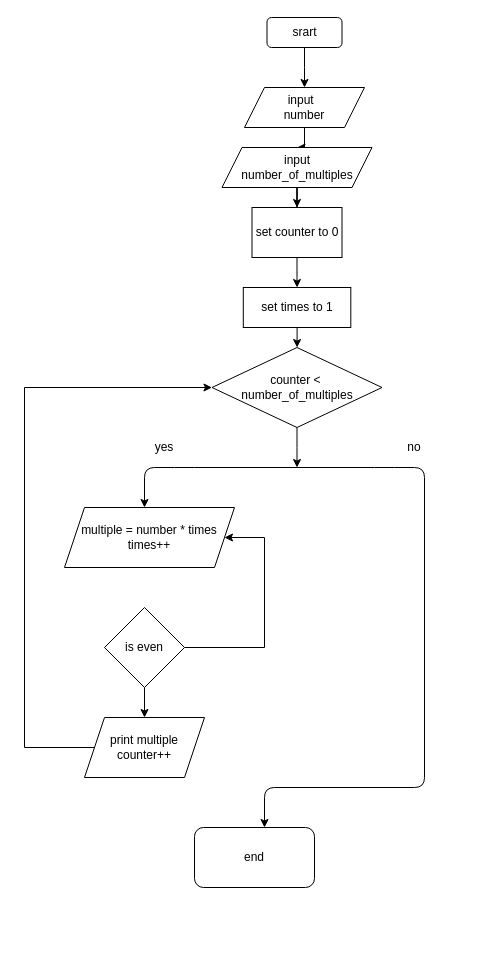
The draw.io diagram task1_flowchart.drawio in nstar95/logic-project-, before the edit. Source tidied: cells renumbered, new cells numbered last; positions are measured from the earlier drawing's top-left corner, leaving out a move shared by most shapes. Both pictures are drawn from the tidied source at 100%, with x=0, y=0 at pixel (24, 17).
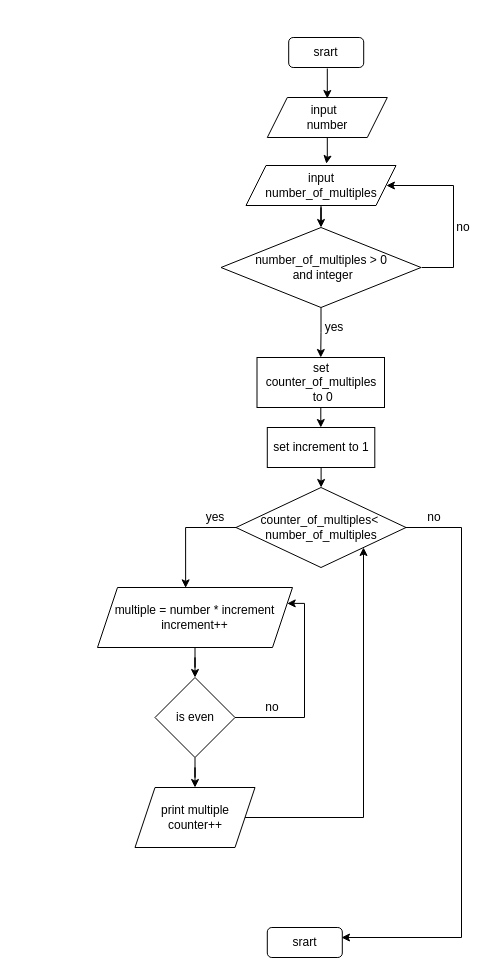
Above is the later version.

Change to the diagram source:
```diff
@@
-    <mxCell id="2" style="edgeStyle=orthogonalEdgeStyle;rounded=0;jettySize=auto;html=1;" parent="1" edge="1" source="3">
+    <mxCell id="2" style="edgeStyle=orthogonalEdgeStyle;rounded=0;orthogonalLoop=1;jettySize=auto;html=1;" parent="1" edge="1">
       <mxGeometry relative="1" as="geometry">
-        <mxPoint x="280" y="70" as="targetPoint" />
+        <mxPoint x="302.8" y="51" as="sourcePoint" />
+        <mxPoint x="302.8" y="81" as="targetPoint" />
       </mxGeometry>
     </mxCell>
     <mxCell id="3" value="srart" style="rounded=1;whiteSpace=wrap;html=1;" parent="1" vertex="1">
-      <mxGeometry x="242.5" width="75" height="30" as="geometry" />
+      <mxGeometry x="264.2" y="20" width="75" height="30" as="geometry" />
     </mxCell>
-    <mxCell id="4" style="edgeStyle=orthogonalEdgeStyle;rounded=0;jettySize=auto;html=1;" parent="1" edge="1" source="5" target="7">
+    <mxCell id="4" style="edgeStyle=orthogonalEdgeStyle;rounded=0;jettySize=auto;html=1;entryX=0.536;entryY=-0.045;entryDx=0;entryDy=0;entryPerimeter=0;" parent="1" edge="1" source="5" target="7">
       <mxGeometry relative="1" as="geometry" />
     </mxCell>
     <mxCell id="5" value="input &amp;nbsp;&lt;br&gt;number" style="shape=parallelogram;perimeter=parallelogramPerimeter;whiteSpace=wrap;html=1;fixedSize=1;" parent="1" vertex="1">
-      <mxGeometry x="220" y="70" width="120" height="40" as="geometry" />
+      <mxGeometry x="242.8" y="80" width="120" height="40" as="geometry" />
     </mxCell>
-    <mxCell id="6" style="edgeStyle=orthogonalEdgeStyle;rounded=0;jettySize=auto;html=1;" parent="1" edge="1" source="7" target="9">
-      <mxGeometry relative="1" as="geometry" />
-    </mxCell>
+    <mxCell id="25" style="edgeStyle=orthogonalEdgeStyle;rounded=0;jettySize=auto;html=1;" parent="1" edge="1" source="7" target="33">
+      <mxGeometry relative="1" as="geometry" />
+    </mxCell>
     <mxCell id="7" value="&amp;nbsp;input&amp;nbsp;&lt;br&gt;number_of_multiples" style="shape=parallelogram;perimeter=parallelogramPerimeter;whiteSpace=wrap;html=1;fixedSize=1;" parent="1" vertex="1">
-      <mxGeometry x="197.5" y="130" width="150" height="40" as="geometry" />
+      <mxGeometry x="221.5" y="148" width="150" height="40" as="geometry" />
     </mxCell>
@@
-    <mxCell id="9" value="set counter to 0&lt;br&gt;" style="rounded=0;whiteSpace=wrap;html=1;" parent="1" vertex="1">
-      <mxGeometry x="227.5" y="190" width="90" height="50" as="geometry" />
+    <mxCell id="9" value="set counter_of_multiples&lt;br&gt;&amp;nbsp;to 0" style="rounded=0;whiteSpace=wrap;html=1;" parent="1" vertex="1">
+      <mxGeometry x="232.5" y="340" width="127.5" height="50" as="geometry" />
     </mxCell>
-    <mxCell id="10" style="edgeStyle=orthogonalEdgeStyle;rounded=0;orthogonalLoop=1;jettySize=auto;html=1;exitX=0.5;exitY=1;exitDx=0;exitDy=0;" parent="1" edge="1" source="5" target="5">
-      <mxGeometry relative="1" as="geometry" />
+    <mxCell id="10" style="edgeStyle=orthogonalEdgeStyle;rounded=0;orthogonalLoop=1;jettySize=auto;html=1;exitX=0.5;exitY=1;exitDx=0;exitDy=0;" parent="1" edge="1">
+      <mxGeometry relative="1" as="geometry">
+        <mxPoint x="302.8" y="121" as="sourcePoint" />
+        <mxPoint x="302.8" y="121" as="targetPoint" />
+      </mxGeometry>
     </mxCell>
@@
-    <mxCell id="12" value="set times to 1" style="rounded=0;whiteSpace=wrap;html=1;" parent="1" vertex="1">
-      <mxGeometry x="218.8" y="270" width="107.5" height="40" as="geometry" />
+    <mxCell id="12" value="set increment to 1" style="rounded=0;whiteSpace=wrap;html=1;" parent="1" vertex="1">
+      <mxGeometry x="242.8" y="410" width="107.5" height="40" as="geometry" />
     </mxCell>
-    <mxCell id="13" style="edgeStyle=orthogonalEdgeStyle;rounded=0;jettySize=auto;html=1;" parent="1" edge="1" source="14">
-      <mxGeometry relative="1" as="geometry">
-        <mxPoint x="272.5" y="450" as="targetPoint" />
-      </mxGeometry>
-    </mxCell>
+    <mxCell id="26" style="edgeStyle=orthogonalEdgeStyle;rounded=0;jettySize=auto;html=1;entryX=0.452;entryY=0.006;entryDx=0;entryDy=0;entryPerimeter=0;" parent="1" edge="1" source="14" target="18">
+      <mxGeometry relative="1" as="geometry">
+        <Array as="points">
+          <mxPoint x="161" y="510" />
+        </Array>
+      </mxGeometry>
+    </mxCell>
+    <mxCell id="27" style="edgeStyle=orthogonalEdgeStyle;rounded=0;orthogonalLoop=1;jettySize=auto;html=1;" parent="1" edge="1">
+      <mxGeometry relative="1" as="geometry">
+        <mxPoint x="378.5" y="510" as="sourcePoint" />
+        <mxPoint x="317" y="920" as="targetPoint" />
+        <Array as="points">
+          <mxPoint x="437" y="510" />
+          <mxPoint x="437" y="920" />
+          <mxPoint x="317" y="920" />
+        </Array>
+      </mxGeometry>
+    </mxCell>
-    <mxCell id="14" value="counter &amp;lt;&amp;nbsp;&lt;br&gt;number_of_multiples" style="rhombus;whiteSpace=wrap;html=1;" parent="1" vertex="1">
-      <mxGeometry x="187.5" y="330" width="170" height="80" as="geometry" />
+    <mxCell id="14" value="counter_of_multiples&amp;lt;&amp;nbsp;&lt;br&gt;number_of_multiples" style="rhombus;whiteSpace=wrap;html=1;" parent="1" vertex="1">
+      <mxGeometry x="211.5" y="470" width="170" height="80" as="geometry" />
     </mxCell>
-    <mxCell id="15" style="endArrow=classic;startArrow=classic;html=1;" parent="1" edge="1">
-      <mxGeometry relative="1" as="geometry">
-        <mxPoint x="120" y="490" as="sourcePoint" />
-        <mxPoint x="240" y="810" as="targetPoint" />
-        <Array as="points">
-          <mxPoint x="120" y="450" />
-          <mxPoint x="160" y="450" />
-          <mxPoint x="360" y="450" />
-          <mxPoint x="400" y="450" />
-          <mxPoint x="400" y="770" />
-          <mxPoint x="240" y="770" />
-        </Array>
-      </mxGeometry>
-    </mxCell>
     <mxCell id="16" value="no" style="text;html=1;strokeColor=none;fillColor=none;align=center;verticalAlign=middle;whiteSpace=wrap;rounded=0;" parent="1" vertex="1">
-      <mxGeometry x="370" y="420" width="40" height="20" as="geometry" />
+      <mxGeometry x="390" y="490" width="40" height="20" as="geometry" />
     </mxCell>
-    <mxCell id="17" value="yes" style="text;html=1;strokeColor=none;fillColor=none;align=center;verticalAlign=middle;whiteSpace=wrap;rounded=0;" parent="1" vertex="1">
-      <mxGeometry x="120" y="420" width="40" height="20" as="geometry" />
-    </mxCell>
+    <mxCell id="28" style="edgeStyle=orthogonalEdgeStyle;rounded=0;jettySize=auto;html=1;entryX=0.5;entryY=0;entryDx=0;entryDy=0;" parent="1" edge="1" source="18" target="21">
+      <mxGeometry relative="1" as="geometry" />
+    </mxCell>
-    <mxCell id="18" value="multiple = number * times&lt;br&gt;times++" style="shape=parallelogram;perimeter=parallelogramPerimeter;whiteSpace=wrap;html=1;fixedSize=1;" parent="1" vertex="1">
-      <mxGeometry x="40" y="490" width="170" height="60" as="geometry" />
+    <mxCell id="18" value="multiple = number * increment&lt;br&gt;increment++" style="shape=parallelogram;perimeter=parallelogramPerimeter;whiteSpace=wrap;html=1;fixedSize=1;" parent="1" vertex="1">
+      <mxGeometry x="73" y="570" width="195" height="60" as="geometry" />
     </mxCell>
-    <mxCell id="19" style="edgeStyle=orthogonalEdgeStyle;rounded=0;jettySize=auto;html=1;entryX=1;entryY=0.5;entryDx=0;entryDy=0;" parent="1" edge="1" source="21" target="18">
-      <mxGeometry relative="1" as="geometry">
-        <Array as="points">
-          <mxPoint x="240" y="630" />
-          <mxPoint x="240" y="520" />
-        </Array>
-      </mxGeometry>
-    </mxCell>
+    <mxCell id="29" style="edgeStyle=orthogonalEdgeStyle;rounded=0;jettySize=auto;html=1;entryX=1;entryY=0.25;entryDx=0;entryDy=0;" parent="1" edge="1" source="21">
+      <mxGeometry relative="1" as="geometry">
+        <mxPoint x="262.7" y="585.9" as="targetPoint" />
+        <Array as="points">
+          <mxPoint x="280" y="700" />
+          <mxPoint x="280" y="586" />
+        </Array>
+      </mxGeometry>
+    </mxCell>
@@
     <mxCell id="21" value="is even" style="rhombus;whiteSpace=wrap;html=1;" parent="1" vertex="1">
-      <mxGeometry x="80" y="590" width="80" height="80" as="geometry" />
+      <mxGeometry x="130.5" y="660" width="80" height="80" as="geometry" />
     </mxCell>
-    <mxCell id="22" style="edgeStyle=orthogonalEdgeStyle;rounded=0;jettySize=auto;html=1;entryX=0;entryY=0.5;entryDx=0;entryDy=0;" parent="1" edge="1" source="23" target="14">
+    <mxCell id="22" style="edgeStyle=orthogonalEdgeStyle;rounded=0;jettySize=auto;html=1;entryX=1;entryY=1;entryDx=0;entryDy=0;" parent="1" edge="1" source="23" target="14">
       <mxGeometry relative="1" as="geometry">
         <Array as="points">
-          <mxPoint y="730" />
-          <mxPoint y="370" />
+          <mxPoint x="339" y="800" />
         </Array>
       </mxGeometry>
     </mxCell>
     <mxCell id="23" value="print multiple&lt;br&gt;counter++" style="shape=parallelogram;perimeter=parallelogramPerimeter;whiteSpace=wrap;html=1;fixedSize=1;" parent="1" vertex="1">
-      <mxGeometry x="60" y="700" width="120" height="60" as="geometry" />
+      <mxGeometry x="110.5" y="770" width="120" height="60" as="geometry" />
     </mxCell>
-    <mxCell id="24" value="end" style="rounded=1;whiteSpace=wrap;html=1;" parent="1" vertex="1">
-      <mxGeometry x="170" y="810" width="120" height="60" as="geometry" />
-    </mxCell>
+    <mxCell id="30" style="edgeStyle=orthogonalEdgeStyle;rounded=0;orthogonalLoop=1;jettySize=auto;html=1;exitX=0.5;exitY=1;exitDx=0;exitDy=0;" parent="1" edge="1">
+      <mxGeometry relative="1" as="geometry">
+        <mxPoint x="301.5" y="156" as="sourcePoint" />
+        <mxPoint x="301.5" y="156" as="targetPoint" />
+      </mxGeometry>
+    </mxCell>
+    <mxCell id="31" style="edgeStyle=orthogonalEdgeStyle;rounded=0;jettySize=auto;html=1;entryX=0.5;entryY=0;entryDx=0;entryDy=0;" parent="1" edge="1" source="33" target="9">
+      <mxGeometry relative="1" as="geometry" />
+    </mxCell>
+    <mxCell id="32" style="edgeStyle=orthogonalEdgeStyle;rounded=0;jettySize=auto;html=1;entryX=0.936;entryY=0.5;entryDx=0;entryDy=0;entryPerimeter=0;" parent="1" edge="1" target="7">
+      <mxGeometry relative="1" as="geometry">
+        <mxPoint x="397" y="250" as="sourcePoint" />
+        <Array as="points">
+          <mxPoint x="429" y="250" />
+          <mxPoint x="429" y="168" />
+        </Array>
+      </mxGeometry>
+    </mxCell>
+    <mxCell id="33" value="&lt;span&gt;number_of_multiples &amp;gt; 0&lt;br&gt;&amp;nbsp;and integer&lt;/span&gt;" style="rhombus;whiteSpace=wrap;html=1;" parent="1" vertex="1">
+      <mxGeometry x="196.5" y="210" width="200" height="80" as="geometry" />
+    </mxCell>
+    <mxCell id="34" value="no" style="text;html=1;strokeColor=none;fillColor=none;align=center;verticalAlign=middle;whiteSpace=wrap;rounded=0;" parent="1" vertex="1">
+      <mxGeometry x="419" y="200" width="40" height="20" as="geometry" />
+    </mxCell>
+    <mxCell id="35" value="yes" style="text;html=1;strokeColor=none;fillColor=none;align=center;verticalAlign=middle;whiteSpace=wrap;rounded=0;" parent="1" vertex="1">
+      <mxGeometry x="290" y="300" width="40" height="20" as="geometry" />
+    </mxCell>
+    <mxCell id="36" value="no" style="text;html=1;strokeColor=none;fillColor=none;align=center;verticalAlign=middle;whiteSpace=wrap;rounded=0;" parent="1" vertex="1">
+      <mxGeometry x="228" y="680" width="40" height="20" as="geometry" />
+    </mxCell>
+    <mxCell id="37" value="srart" style="rounded=1;whiteSpace=wrap;html=1;" parent="1" vertex="1">
+      <mxGeometry x="242.8" y="910" width="75" height="30" as="geometry" />
+    </mxCell>
+    <mxCell id="38" value="yes" style="text;html=1;strokeColor=none;fillColor=none;align=center;verticalAlign=middle;whiteSpace=wrap;rounded=0;" parent="1" vertex="1">
+      <mxGeometry x="170.5" y="490" width="40" height="20" as="geometry" />
+    </mxCell>
```
